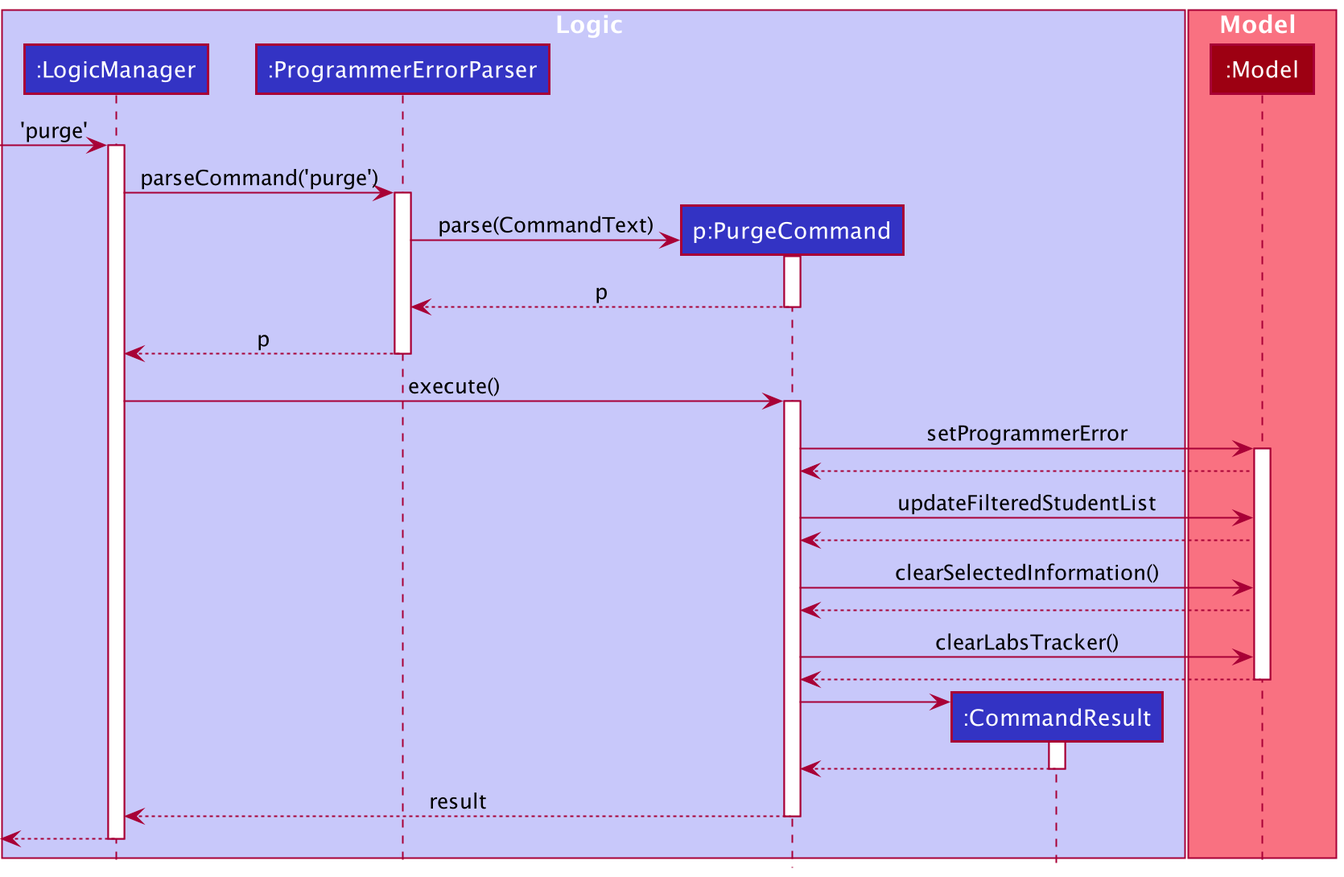
Before: docs/images/commands/PurgeCommand/PurgeSequenceDiagram.png, a diagram exported from PlantUML (nus-cs2103-AY2122S1/tp). Its source is kept beside it as docs/diagrams/commands/PurgeSequenceDiagram.puml.
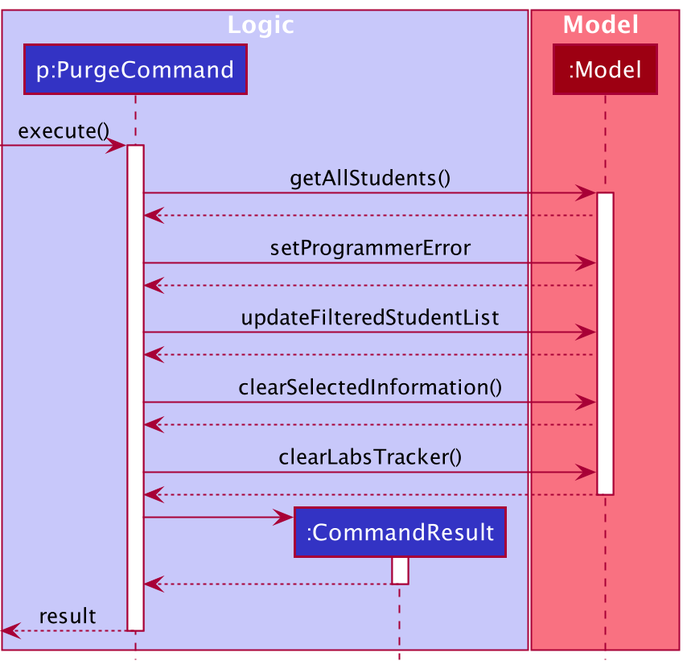
After the commit.

Commit message:
- Update DG, Activity Diagram and Sequence Diagram for Purge

Diff of the diagram source:
```diff
@@ -2,8 +2,6 @@
 !include ../style.puml
 
 box Logic LOGIC_COLOR_T1
-participant ":LogicManager" as LogicManager LOGIC_COLOR
-participant ":ProgrammerErrorParser" as ProgrammerErrorParser LOGIC_COLOR
 participant "p:PurgeCommand" as PurgeCommand LOGIC_COLOR
 participant ":CommandResult" as CommandResult LOGIC_COLOR
 end box
@@ -12,27 +10,14 @@
 participant ":Model" as Model MODEL_COLOR
 end box
 
-[-> LogicManager : 'purge'
-activate LogicManager
-
-LogicManager -> ProgrammerErrorParser : parseCommand('purge')
-activate ProgrammerErrorParser
-
-create PurgeCommand
-ProgrammerErrorParser -> PurgeCommand : parse(CommandText)
+[-> PurgeCommand : execute()
 activate PurgeCommand
 
-PurgeCommand --> ProgrammerErrorParser : p
-deactivate PurgeCommand
-
-ProgrammerErrorParser --> LogicManager : p
-deactivate ProgrammerErrorParser
-
-LogicManager -> PurgeCommand : execute()
-activate PurgeCommand
+PurgeCommand -> Model : getAllStudents()
+activate Model
+Model --> PurgeCommand
 
 PurgeCommand -> Model : setProgrammerError
-activate Model
 Model --> PurgeCommand
 
 PurgeCommand -> Model : updateFilteredStudentList
@@ -53,9 +38,6 @@
 CommandResult --> PurgeCommand
 deactivate CommandResult
 
-PurgeCommand --> LogicManager : result
+[<--PurgeCommand : result
 deactivate PurgeCommand
-
-[<--LogicManager
-deactivate LogicManager
 @enduml
```
